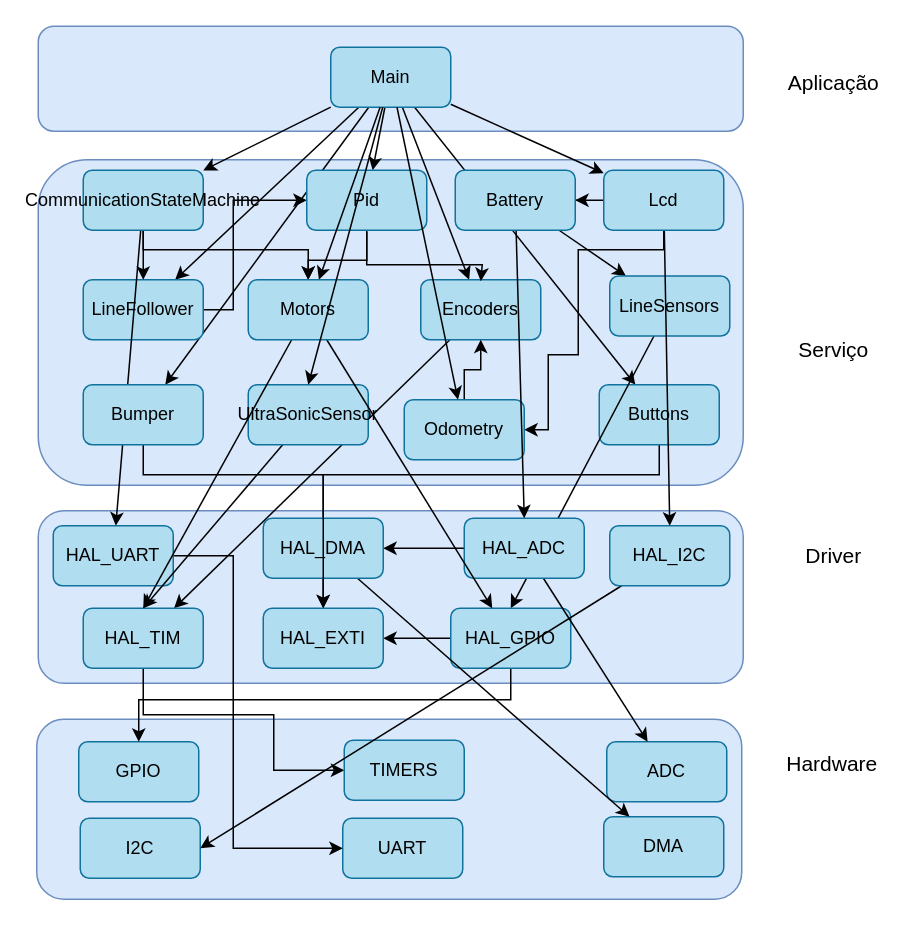
Before: Diagrama de Camadas.drawio in gabrielhaj/ES070, a draw.io diagram. Source tidied: cells renumbered, new cells numbered last; positions are measured from the earlier drawing's top-left corner, leaving out a move shared by most shapes. Both pictures are drawn from the tidied source at 150%, with x=0, y=0 at pixel (36, 26).
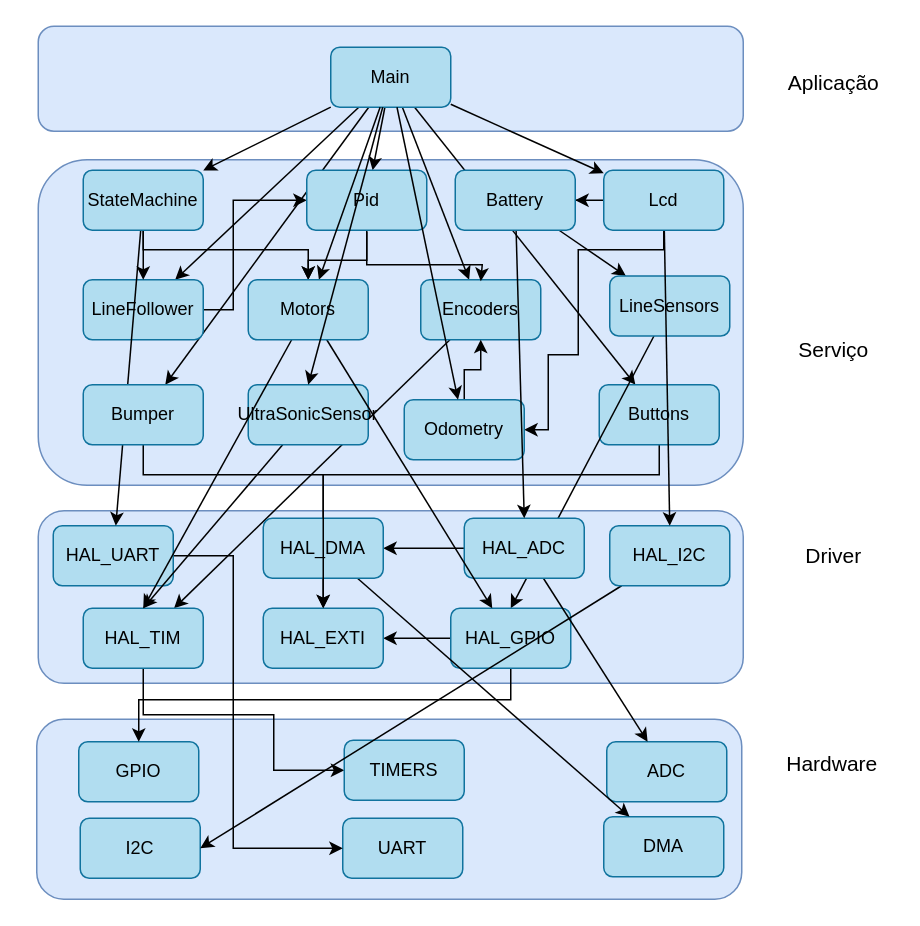
The same diagram, later.

Change to the diagram source:
```diff
@@
-    <mxCell id="63" value="&lt;div&gt;CommunicationStateMachine&lt;/div&gt;" style="rounded=1;whiteSpace=wrap;html=1;fillColor=#b1ddf0;strokeColor=#10739e;" parent="1" vertex="1">
+    <mxCell id="63" value="&lt;div&gt;StateMachine&lt;/div&gt;" style="rounded=1;whiteSpace=wrap;html=1;fillColor=#b1ddf0;strokeColor=#10739e;" parent="1" vertex="1">
       <mxGeometry x="31" y="96" width="80" height="40" as="geometry" />
     </mxCell>
```
